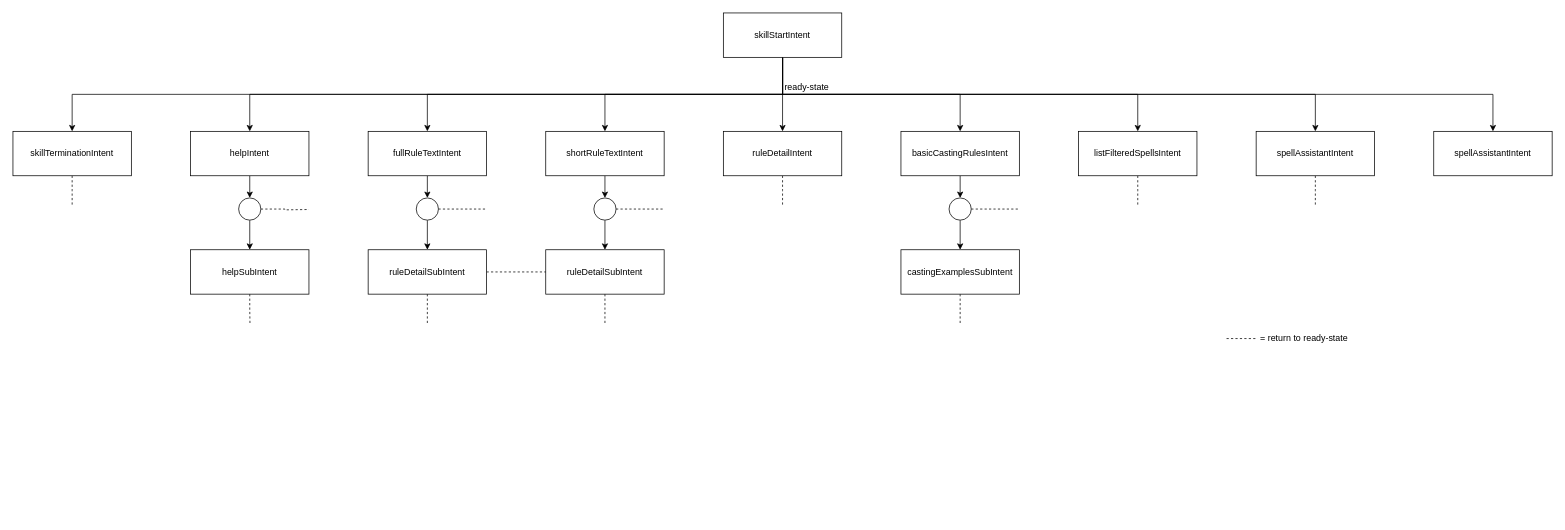
Linyeir/spellcastmanager-skill keeps this draw.io diagram as doc/intent_diagram.drawio. Above is the earlier version. Source tidied: cells renumbered, new cells numbered last; positions are measured from the earlier drawing's top-left corner, leaving out a move shared by most shapes. Both pictures are drawn from the tidied source at 74%, with x=0, y=0 at pixel (13, 13).
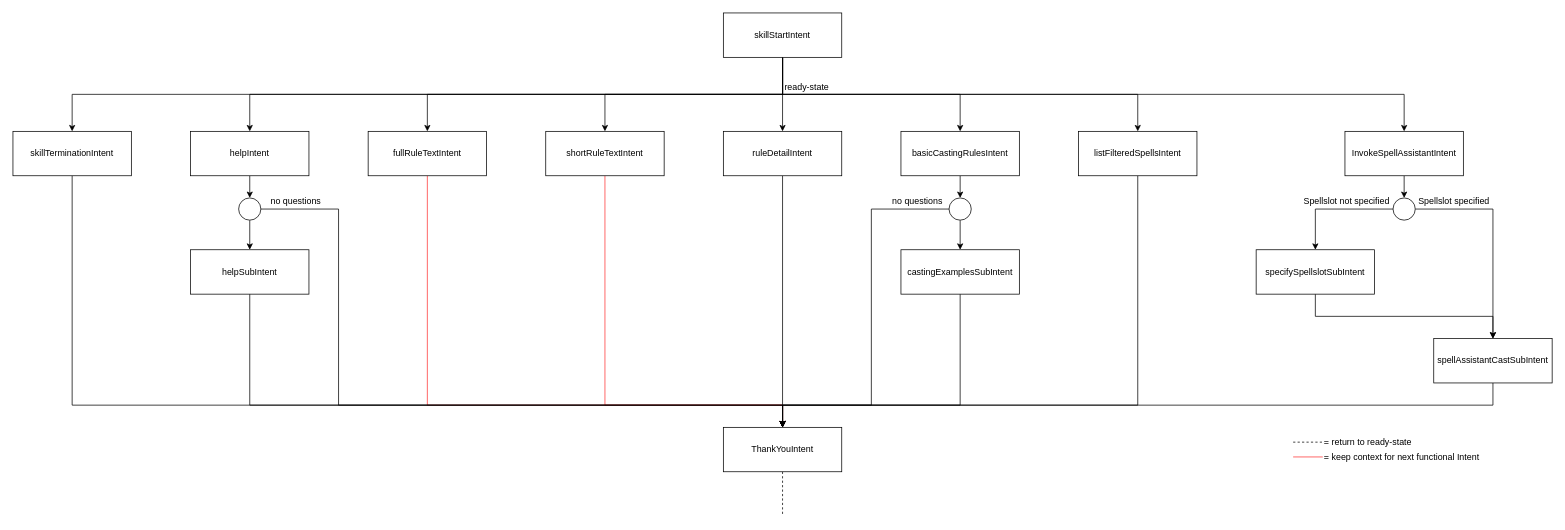
Above is the later version.

Commit message:
expand intent_diagram

Unchanged cells that the change refers to:
```xml
<mxCell id="11" value="skillStartIntent" style="rounded=0;whiteSpace=wrap;html=1;" parent="1" vertex="1">
  <mxGeometry x="960" width="160" height="60" as="geometry" />
</mxCell>
<mxCell id="15" value="fullRuleTextIntent" style="rounded=0;whiteSpace=wrap;html=1;" parent="1" vertex="1">
  <mxGeometry x="480" y="160" width="160" height="60" as="geometry" />
</mxCell>
<mxCell id="17" value="shortRuleTextIntent" style="rounded=0;whiteSpace=wrap;html=1;" parent="1" vertex="1">
  <mxGeometry x="720" y="160" width="160" height="60" as="geometry" />
</mxCell>
<mxCell id="19" value="ruleDetailIntent" style="rounded=0;whiteSpace=wrap;html=1;" parent="1" vertex="1">
  <mxGeometry x="960" y="160" width="160" height="60" as="geometry" />
</mxCell>
<mxCell id="25" value="castingExamplesSubIntent" style="rounded=0;whiteSpace=wrap;html=1;" parent="1" vertex="1">
  <mxGeometry x="1200" y="320" width="160" height="60" as="geometry" />
</mxCell>
<mxCell id="27" value="listFilteredSpellsIntent" style="rounded=0;whiteSpace=wrap;html=1;" parent="1" vertex="1">
  <mxGeometry x="1440" y="160" width="160" height="60" as="geometry" />
</mxCell>
<mxCell id="34" value="skillTerminationIntent" style="rounded=0;whiteSpace=wrap;html=1;" parent="1" vertex="1">
  <mxGeometry y="160" width="160" height="60" as="geometry" />
</mxCell>
<mxCell id="37" style="ellipse;whiteSpace=wrap;html=1;" parent="1" vertex="1">
  <mxGeometry x="1265" y="250" width="30" height="30" as="geometry" />
</mxCell>
<mxCell id="48" value="helpSubIntent" style="rounded=0;whiteSpace=wrap;html=1;" parent="1" vertex="1">
  <mxGeometry x="240" y="320" width="160" height="60" as="geometry" />
</mxCell>
<mxCell id="51" style="ellipse;whiteSpace=wrap;html=1;" parent="1" vertex="1">
  <mxGeometry x="305" y="250" width="30" height="30" as="geometry" />
</mxCell>
```

Change to the diagram source:
```diff
@@
-    <mxCell id="10" style="edgeStyle=orthogonalEdgeStyle;rounded=0;jettySize=auto;html=1;exitX=0.5;exitY=1;exitDx=0;exitDy=0;entryX=0.5;entryY=0;entryDx=0;entryDy=0;" parent="1" edge="1" source="11" target="52">
-      <mxGeometry relative="1" as="geometry" />
-    </mxCell>
@@
-    <mxCell id="14" style="edgeStyle=orthogonalEdgeStyle;rounded=0;jettySize=auto;html=1;exitX=0.5;exitY=1;exitDx=0;exitDy=0;entryX=0.5;entryY=0;entryDx=0;entryDy=0;endArrow=classic;endFill=1;" parent="1" edge="1" source="15" target="43">
-      <mxGeometry relative="1" as="geometry" />
-    </mxCell>
+    <mxCell id="53" style="edgeStyle=orthogonalEdgeStyle;rounded=0;jettySize=auto;html=1;exitX=0.5;exitY=1;exitDx=0;exitDy=0;strokeColor=#FF3333;entryX=0.5;entryY=0;entryDx=0;entryDy=0;" parent="1" edge="1" source="15" target="75">
+      <mxGeometry relative="1" as="geometry">
+        <Array as="points">
+          <mxPoint x="560" y="530" />
+          <mxPoint x="1040" y="530" />
+        </Array>
+      </mxGeometry>
+    </mxCell>
@@
-    <mxCell id="16" style="edgeStyle=orthogonalEdgeStyle;rounded=0;jettySize=auto;html=1;exitX=0.5;exitY=1;exitDx=0;exitDy=0;entryX=0.5;entryY=0;entryDx=0;entryDy=0;endArrow=classic;endFill=1;" parent="1" edge="1" source="17" target="40">
-      <mxGeometry relative="1" as="geometry" />
-    </mxCell>
+    <mxCell id="54" style="edgeStyle=orthogonalEdgeStyle;rounded=0;jettySize=auto;html=1;exitX=0.5;exitY=1;exitDx=0;exitDy=0;entryX=0.5;entryY=0;entryDx=0;entryDy=0;strokeColor=#FF3333;" parent="1" edge="1" source="17" target="75">
+      <mxGeometry relative="1" as="geometry">
+        <Array as="points">
+          <mxPoint x="800" y="530" />
+          <mxPoint x="1040" y="530" />
+        </Array>
+      </mxGeometry>
+    </mxCell>
@@
-    <mxCell id="18" style="edgeStyle=orthogonalEdgeStyle;rounded=0;jettySize=auto;html=1;exitX=0.5;exitY=1;exitDx=0;exitDy=0;dashed=1;endArrow=none;endFill=0;" parent="1" edge="1" source="19">
-      <mxGeometry relative="1" as="geometry">
-        <mxPoint x="1040" y="260" as="targetPoint" />
-      </mxGeometry>
-    </mxCell>
+    <mxCell id="55" style="edgeStyle=orthogonalEdgeStyle;rounded=0;jettySize=auto;html=1;exitX=0.5;exitY=1;exitDx=0;exitDy=0;entryX=0.5;entryY=0;entryDx=0;entryDy=0;strokeColor=#000000;" parent="1" edge="1" source="19" target="75">
+      <mxGeometry relative="1" as="geometry" />
+    </mxCell>
@@
-    <mxCell id="20" style="edgeStyle=orthogonalEdgeStyle;rounded=0;jettySize=auto;html=1;exitX=0.5;exitY=1;exitDx=0;exitDy=0;dashed=1;endArrow=none;endFill=0;" parent="1" edge="1" source="21">
-      <mxGeometry relative="1" as="geometry">
-        <mxPoint x="800" y="420" as="targetPoint" />
-      </mxGeometry>
-    </mxCell>
-    <mxCell id="21" value="ruleDetailSubIntent" style="rounded=0;whiteSpace=wrap;html=1;" parent="1" vertex="1">
-      <mxGeometry x="720" y="320" width="160" height="60" as="geometry" />
-    </mxCell>
@@
-    <mxCell id="24" style="edgeStyle=orthogonalEdgeStyle;rounded=0;jettySize=auto;html=1;exitX=0.5;exitY=1;exitDx=0;exitDy=0;dashed=1;endArrow=none;endFill=0;" parent="1" edge="1" source="25">
-      <mxGeometry relative="1" as="geometry">
-        <mxPoint x="1280" y="420" as="targetPoint" />
-      </mxGeometry>
-    </mxCell>
+    <mxCell id="56" style="edgeStyle=orthogonalEdgeStyle;rounded=0;jettySize=auto;html=1;exitX=0.5;exitY=1;exitDx=0;exitDy=0;entryX=0.5;entryY=0;entryDx=0;entryDy=0;strokeColor=#000000;" parent="1" edge="1" source="25" target="75">
+      <mxGeometry relative="1" as="geometry">
+        <Array as="points">
+          <mxPoint x="1280" y="530" />
+          <mxPoint x="1040" y="530" />
+        </Array>
+      </mxGeometry>
+    </mxCell>
@@
-    <mxCell id="26" style="edgeStyle=orthogonalEdgeStyle;rounded=0;jettySize=auto;html=1;exitX=0.5;exitY=1;exitDx=0;exitDy=0;dashed=1;endArrow=none;endFill=0;" parent="1" edge="1" source="27">
-      <mxGeometry relative="1" as="geometry">
-        <mxPoint x="1520" y="260" as="targetPoint" />
-      </mxGeometry>
-    </mxCell>
+    <mxCell id="57" style="edgeStyle=orthogonalEdgeStyle;rounded=0;jettySize=auto;html=1;exitX=0.5;exitY=1;exitDx=0;exitDy=0;entryX=0.5;entryY=0;entryDx=0;entryDy=0;strokeColor=#000000;" parent="1" edge="1" source="27" target="75">
+      <mxGeometry relative="1" as="geometry">
+        <Array as="points">
+          <mxPoint x="1520" y="530" />
+          <mxPoint x="1040" y="530" />
+        </Array>
+      </mxGeometry>
+    </mxCell>
@@
-    <mxCell id="28" style="edgeStyle=orthogonalEdgeStyle;rounded=0;jettySize=auto;html=1;exitX=1;exitY=0.5;exitDx=0;exitDy=0;entryX=0;entryY=0.5;entryDx=0;entryDy=0;dashed=1;endArrow=none;endFill=0;" parent="1" edge="1" source="30" target="21">
-      <mxGeometry relative="1" as="geometry" />
-    </mxCell>
-    <mxCell id="29" style="edgeStyle=orthogonalEdgeStyle;rounded=0;jettySize=auto;html=1;exitX=0.5;exitY=1;exitDx=0;exitDy=0;dashed=1;endArrow=none;endFill=0;" parent="1" edge="1" source="30">
-      <mxGeometry relative="1" as="geometry">
-        <mxPoint x="560" y="420" as="targetPoint" />
-      </mxGeometry>
-    </mxCell>
-    <mxCell id="30" value="ruleDetailSubIntent" style="rounded=0;whiteSpace=wrap;html=1;" parent="1" vertex="1">
-      <mxGeometry x="480" y="320" width="160" height="60" as="geometry" />
-    </mxCell>
-    <mxCell id="31" style="edgeStyle=orthogonalEdgeStyle;rounded=0;jettySize=auto;html=1;exitX=0.5;exitY=1;exitDx=0;exitDy=0;dashed=1;endArrow=none;endFill=0;" parent="1" edge="1" source="32">
-      <mxGeometry relative="1" as="geometry">
-        <mxPoint x="1760" y="260" as="targetPoint" />
-      </mxGeometry>
-    </mxCell>
+    <mxCell id="58" style="edgeStyle=orthogonalEdgeStyle;rounded=0;jettySize=auto;html=1;exitX=0.5;exitY=1;exitDx=0;exitDy=0;entryX=0.5;entryY=0;entryDx=0;entryDy=0;strokeColor=#000000;" parent="1" edge="1" source="32" target="71">
+      <mxGeometry relative="1" as="geometry" />
+    </mxCell>
-    <mxCell id="32" value="spellAssistantIntent" style="rounded=0;whiteSpace=wrap;html=1;" parent="1" vertex="1">
-      <mxGeometry x="1680" y="160" width="160" height="60" as="geometry" />
+    <mxCell id="32" value="InvokeSpellAssistantIntent" style="rounded=0;whiteSpace=wrap;html=1;" parent="1" vertex="1">
+      <mxGeometry x="1800" y="160" width="160" height="60" as="geometry" />
     </mxCell>
-    <mxCell id="33" style="edgeStyle=orthogonalEdgeStyle;rounded=0;jettySize=auto;html=1;exitX=0.5;exitY=1;exitDx=0;exitDy=0;endArrow=none;endFill=0;dashed=1;" parent="1" edge="1" source="34">
-      <mxGeometry relative="1" as="geometry">
-        <mxPoint x="80" y="260" as="targetPoint" />
-      </mxGeometry>
-    </mxCell>
+    <mxCell id="59" style="edgeStyle=orthogonalEdgeStyle;rounded=0;jettySize=auto;html=1;exitX=0.5;exitY=1;exitDx=0;exitDy=0;strokeColor=#000000;entryX=0.5;entryY=0;entryDx=0;entryDy=0;" parent="1" edge="1" source="34" target="75">
+      <mxGeometry relative="1" as="geometry">
+        <Array as="points">
+          <mxPoint x="80" y="530" />
+          <mxPoint x="1040" y="530" />
+        </Array>
+      </mxGeometry>
+    </mxCell>
@@
-    <mxCell id="36" style="edgeStyle=orthogonalEdgeStyle;rounded=0;jettySize=auto;html=1;exitX=1;exitY=0.5;exitDx=0;exitDy=0;endArrow=none;endFill=0;dashed=1;" parent="1" edge="1" source="37">
-      <mxGeometry relative="1" as="geometry">
-        <mxPoint x="1360" y="265" as="targetPoint" />
-      </mxGeometry>
-    </mxCell>
+    <mxCell id="60" style="edgeStyle=orthogonalEdgeStyle;rounded=0;jettySize=auto;html=1;exitX=0;exitY=0.5;exitDx=0;exitDy=0;entryX=0.5;entryY=0;entryDx=0;entryDy=0;strokeColor=#000000;" parent="1" edge="1" source="37" target="75">
+      <mxGeometry relative="1" as="geometry">
+        <Array as="points">
+          <mxPoint x="1160" y="265" />
+          <mxPoint x="1160" y="530" />
+          <mxPoint x="1040" y="530" />
+        </Array>
+      </mxGeometry>
+    </mxCell>
@@
-    <mxCell id="38" style="edgeStyle=orthogonalEdgeStyle;rounded=0;jettySize=auto;html=1;exitX=0.5;exitY=1;exitDx=0;exitDy=0;entryX=0.5;entryY=0;entryDx=0;entryDy=0;endArrow=classic;endFill=1;" parent="1" edge="1" source="40" target="21">
-      <mxGeometry relative="1" as="geometry" />
-    </mxCell>
-    <mxCell id="39" style="edgeStyle=orthogonalEdgeStyle;rounded=0;jettySize=auto;html=1;exitX=1;exitY=0.5;exitDx=0;exitDy=0;dashed=1;endArrow=none;endFill=0;" parent="1" edge="1" source="40">
-      <mxGeometry relative="1" as="geometry">
-        <mxPoint x="880" y="265" as="targetPoint" />
-      </mxGeometry>
-    </mxCell>
-    <mxCell id="40" style="ellipse;whiteSpace=wrap;html=1;" parent="1" vertex="1">
-      <mxGeometry x="785" y="250" width="30" height="30" as="geometry" />
-    </mxCell>
-    <mxCell id="41" style="edgeStyle=orthogonalEdgeStyle;rounded=0;jettySize=auto;html=1;exitX=0.5;exitY=1;exitDx=0;exitDy=0;entryX=0.5;entryY=0;entryDx=0;entryDy=0;endArrow=classic;endFill=1;" parent="1" edge="1" source="43" target="30">
-      <mxGeometry relative="1" as="geometry" />
-    </mxCell>
-    <mxCell id="42" style="edgeStyle=orthogonalEdgeStyle;rounded=0;jettySize=auto;html=1;exitX=1;exitY=0.5;exitDx=0;exitDy=0;dashed=1;endArrow=none;endFill=0;" parent="1" edge="1" source="43">
-      <mxGeometry relative="1" as="geometry">
-        <mxPoint x="640" y="265" as="targetPoint" />
-      </mxGeometry>
-    </mxCell>
-    <mxCell id="43" style="ellipse;whiteSpace=wrap;html=1;" parent="1" vertex="1">
-      <mxGeometry x="545" y="250" width="30" height="30" as="geometry" />
-    </mxCell>
     <mxCell id="44" style="endArrow=none;dashed=1;html=1;" parent="1" edge="1">
       <mxGeometry relative="1" as="geometry">
-        <mxPoint x="1640" y="440" as="sourcePoint" />
-        <mxPoint x="1680" y="440" as="targetPoint" />
+        <mxPoint x="1730" y="580" as="sourcePoint" />
+        <mxPoint x="1770" y="580" as="targetPoint" />
       </mxGeometry>
     </mxCell>
-    <mxCell id="45" value="= return to ready-state" style="text;html=1;strokeColor=none;fillColor=none;align=center;verticalAlign=middle;whiteSpace=wrap;rounded=0;" parent="1" vertex="1">
-      <mxGeometry x="1680" y="430" width="130" height="20" as="geometry" />
+    <mxCell id="45" value="= return to ready-state" style="text;html=1;strokeColor=none;fillColor=none;align=left;verticalAlign=middle;whiteSpace=wrap;rounded=0;" parent="1" vertex="1">
+      <mxGeometry x="1770" y="570" width="130" height="20" as="geometry" />
     </mxCell>
@@
-    <mxCell id="47" style="edgeStyle=orthogonalEdgeStyle;rounded=0;jettySize=auto;html=1;exitX=0.5;exitY=1;exitDx=0;exitDy=0;dashed=1;endArrow=none;endFill=0;" parent="1" edge="1" source="48">
-      <mxGeometry relative="1" as="geometry">
-        <mxPoint x="320.3" y="420" as="targetPoint" />
-      </mxGeometry>
-    </mxCell>
+    <mxCell id="61" style="edgeStyle=orthogonalEdgeStyle;rounded=0;jettySize=auto;html=1;exitX=0.5;exitY=1;exitDx=0;exitDy=0;entryX=0.5;entryY=0;entryDx=0;entryDy=0;strokeColor=#000000;" parent="1" edge="1" source="48" target="75">
+      <mxGeometry relative="1" as="geometry">
+        <Array as="points">
+          <mxPoint x="320" y="530" />
+          <mxPoint x="1040" y="530" />
+        </Array>
+      </mxGeometry>
+    </mxCell>
@@
-    <mxCell id="49" style="edgeStyle=orthogonalEdgeStyle;rounded=0;jettySize=auto;html=1;exitX=1;exitY=0.5;exitDx=0;exitDy=0;dashed=1;endArrow=none;endFill=0;" parent="1" edge="1" source="51">
-      <mxGeometry relative="1" as="geometry">
-        <mxPoint x="400" y="265.6" as="targetPoint" />
-      </mxGeometry>
-    </mxCell>
@@
+    <mxCell id="62" style="edgeStyle=orthogonalEdgeStyle;rounded=0;jettySize=auto;html=1;exitX=1;exitY=0.5;exitDx=0;exitDy=0;entryX=0.5;entryY=0;entryDx=0;entryDy=0;strokeColor=#000000;" parent="1" edge="1" source="51" target="75">
+      <mxGeometry relative="1" as="geometry">
+        <Array as="points">
+          <mxPoint x="440" y="265" />
+          <mxPoint x="440" y="530" />
+          <mxPoint x="1040" y="530" />
+        </Array>
+      </mxGeometry>
+    </mxCell>
@@
-    <mxCell id="52" value="spellAssistantIntent" style="rounded=0;whiteSpace=wrap;html=1;" parent="1" vertex="1">
-      <mxGeometry x="1920" y="160" width="160" height="60" as="geometry" />
-    </mxCell>
+    <mxCell id="63" style="endArrow=none;html=1;fillColor=#f8cecc;strokeColor=#FF3333;" parent="1" edge="1">
+      <mxGeometry relative="1" as="geometry">
+        <mxPoint x="1730" y="600" as="sourcePoint" />
+        <mxPoint x="1770" y="600" as="targetPoint" />
+      </mxGeometry>
+    </mxCell>
+    <mxCell id="64" value="= keep context for next functional Intent&amp;nbsp;" style="text;html=1;strokeColor=none;fillColor=none;align=left;verticalAlign=middle;whiteSpace=wrap;rounded=0;" parent="1" vertex="1">
+      <mxGeometry x="1770" y="590" width="230" height="20" as="geometry" />
+    </mxCell>
+    <mxCell id="65" style="edgeStyle=orthogonalEdgeStyle;rounded=0;jettySize=auto;html=1;exitX=0.5;exitY=1;exitDx=0;exitDy=0;entryX=0.5;entryY=0;entryDx=0;entryDy=0;strokeColor=#000000;" parent="1" edge="1" source="66" target="75">
+      <mxGeometry relative="1" as="geometry" />
+    </mxCell>
+    <mxCell id="66" value="spellAssistantCastSubIntent" style="rounded=0;whiteSpace=wrap;html=1;" parent="1" vertex="1">
+      <mxGeometry x="1920" y="440" width="160" height="60" as="geometry" />
+    </mxCell>
+    <mxCell id="67" style="edgeStyle=orthogonalEdgeStyle;rounded=0;jettySize=auto;html=1;exitX=0.5;exitY=1;exitDx=0;exitDy=0;strokeColor=#000000;entryX=0.5;entryY=0;entryDx=0;entryDy=0;" parent="1" edge="1" source="68" target="66">
+      <mxGeometry relative="1" as="geometry" />
+    </mxCell>
+    <mxCell id="68" value="specifySpellslotSubIntent" style="rounded=0;whiteSpace=wrap;html=1;" parent="1" vertex="1">
+      <mxGeometry x="1680" y="320" width="160" height="60" as="geometry" />
+    </mxCell>
+    <mxCell id="69" style="edgeStyle=orthogonalEdgeStyle;rounded=0;jettySize=auto;html=1;exitX=0;exitY=0.5;exitDx=0;exitDy=0;entryX=0.5;entryY=0;entryDx=0;entryDy=0;strokeColor=#000000;" parent="1" edge="1" source="71" target="68">
+      <mxGeometry relative="1" as="geometry" />
+    </mxCell>
+    <mxCell id="70" style="edgeStyle=orthogonalEdgeStyle;rounded=0;jettySize=auto;html=1;exitX=1;exitY=0.5;exitDx=0;exitDy=0;entryX=0.5;entryY=0;entryDx=0;entryDy=0;strokeColor=#000000;" parent="1" edge="1" source="71" target="66">
+      <mxGeometry relative="1" as="geometry" />
+    </mxCell>
+    <mxCell id="71" style="ellipse;whiteSpace=wrap;html=1;" parent="1" vertex="1">
+      <mxGeometry x="1865" y="250" width="30" height="30" as="geometry" />
+    </mxCell>
+    <mxCell id="72" value="Spellslot specified" style="text;html=1;strokeColor=none;fillColor=none;align=center;verticalAlign=middle;whiteSpace=wrap;rounded=0;" parent="1" vertex="1">
+      <mxGeometry x="1895" y="240" width="105" height="30" as="geometry" />
+    </mxCell>
+    <mxCell id="73" value="Spellslot not specified" style="text;html=1;strokeColor=none;fillColor=none;align=center;verticalAlign=middle;whiteSpace=wrap;rounded=0;" parent="1" vertex="1">
+      <mxGeometry x="1740" y="240" width="125" height="30" as="geometry" />
+    </mxCell>
+    <mxCell id="74" style="edgeStyle=orthogonalEdgeStyle;rounded=0;jettySize=auto;html=1;exitX=0.5;exitY=1;exitDx=0;exitDy=0;strokeColor=#000000;endArrow=none;endFill=0;dashed=1;" parent="1" edge="1" source="75">
+      <mxGeometry relative="1" as="geometry">
+        <mxPoint x="1040" y="680" as="targetPoint" />
+      </mxGeometry>
+    </mxCell>
+    <mxCell id="75" value="ThankYouIntent" style="rounded=0;whiteSpace=wrap;html=1;" parent="1" vertex="1">
+      <mxGeometry x="960" y="560" width="160" height="60" as="geometry" />
+    </mxCell>
+    <mxCell id="76" value="no questions" style="text;html=1;strokeColor=none;fillColor=none;align=center;verticalAlign=middle;whiteSpace=wrap;rounded=0;" parent="1" vertex="1">
+      <mxGeometry x="1160" y="240" width="125" height="30" as="geometry" />
+    </mxCell>
+    <mxCell id="77" value="no questions" style="text;html=1;strokeColor=none;fillColor=none;align=center;verticalAlign=middle;whiteSpace=wrap;rounded=0;" parent="1" vertex="1">
+      <mxGeometry x="320" y="240" width="125" height="30" as="geometry" />
+    </mxCell>
```
